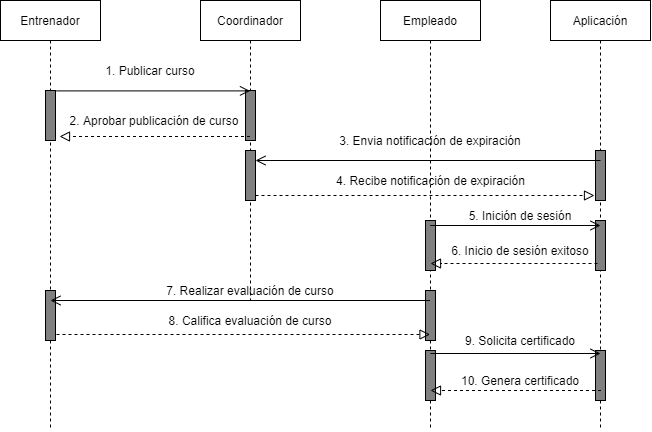
Above: img/C1.4_DiagramaSecuenciav1.drawio.png in CruzVeraEldenHumberto/Analisis-Avanzado-de-Software-Cruz-Vera (draw.io), before the change. Source tidied: cells renumbered, new cells last; positions are measured from the earlier drawing's top-left corner, leaving out a move shared by most shapes.
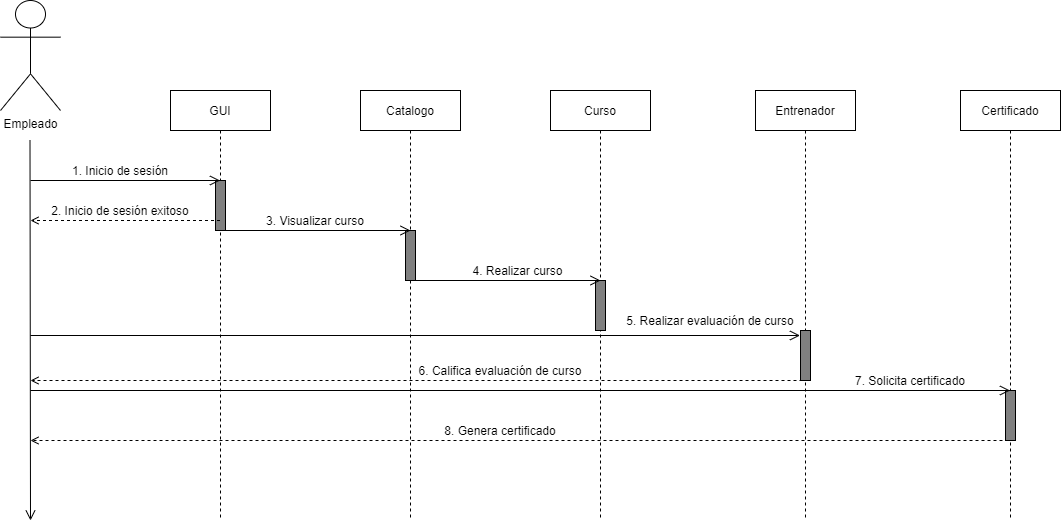
The same file after the commit.

Diff of the diagram source:
```diff
@@ -2,117 +2,114 @@
   <root>
     <mxCell id="0" />
     <mxCell id="1" parent="0" />
-    <mxCell id="2" value="Empleado" style="shape=umlLifeline;perimeter=lifelinePerimeter;whiteSpace=wrap;html=1;outlineConnect=0;" parent="1" vertex="1">
-      <mxGeometry x="380" width="100" height="430" as="geometry" />
+    <mxCell id="2" value="Entrenador" style="shape=umlLifeline;perimeter=lifelinePerimeter;whiteSpace=wrap;html=1;outlineConnect=0;" parent="1" vertex="1">
+      <mxGeometry x="725" width="100" height="430" as="geometry" />
     </mxCell>
-    <mxCell id="3" style="html=1;points=[];perimeter=orthogonalPerimeter;fillColor=#808080;" parent="2" vertex="1">
-      <mxGeometry x="45" y="220" width="10" height="50" as="geometry" />
-    </mxCell>
-    <mxCell id="4" style="html=1;perimeter=orthogonalPerimeter;fillColor=#808080;" parent="2" vertex="1">
-      <mxGeometry x="45" y="290" width="10" height="50" as="geometry" />
-    </mxCell>
-    <mxCell id="5" style="html=1;perimeter=orthogonalPerimeter;fillColor=#808080;" parent="2" vertex="1">
-      <mxGeometry x="45" y="350" width="10" height="50" as="geometry" />
-    </mxCell>
+    <mxCell id="36" style="html=1;perimeter=orthogonalPerimeter;fillColor=#808080;" parent="2" vertex="1">
+      <mxGeometry x="45" y="240" width="10" height="50" as="geometry" />
+    </mxCell>
-    <mxCell id="6" value="Coordinador" style="shape=umlLifeline;perimeter=lifelinePerimeter;whiteSpace=wrap;html=1;outlineConnect=0;" parent="1" vertex="1">
-      <mxGeometry x="200" width="100" height="300" as="geometry" />
+    <mxCell id="6" value="Catalogo" style="shape=umlLifeline;perimeter=lifelinePerimeter;whiteSpace=wrap;html=1;outlineConnect=0;" parent="1" vertex="1">
+      <mxGeometry x="330" width="100" height="430" as="geometry" />
     </mxCell>
     <mxCell id="7" style="html=1;perimeter=orthogonalPerimeter;fillColor=#808080;" parent="6" vertex="1">
-      <mxGeometry x="45" y="90" width="10" height="50" as="geometry" />
+      <mxGeometry x="45" y="140" width="10" height="50" as="geometry" />
     </mxCell>
-    <mxCell id="8" style="html=1;points=[];perimeter=orthogonalPerimeter;fillColor=#808080;" parent="6" vertex="1">
-      <mxGeometry x="45" y="150" width="10" height="50" as="geometry" />
-    </mxCell>
-    <mxCell id="9" value="Entrenador" style="shape=umlLifeline;perimeter=lifelinePerimeter;whiteSpace=wrap;html=1;outlineConnect=0;" parent="1" vertex="1">
-      <mxGeometry width="100" height="430" as="geometry" />
+    <mxCell id="9" value="GUI" style="shape=umlLifeline;perimeter=lifelinePerimeter;whiteSpace=wrap;html=1;outlineConnect=0;" parent="1" vertex="1">
+      <mxGeometry x="140" width="100" height="430" as="geometry" />
     </mxCell>
     <mxCell id="10" style="html=1;points=[];perimeter=orthogonalPerimeter;fillColor=#808080;" parent="9" vertex="1">
       <mxGeometry x="45" y="90" width="10" height="50" as="geometry" />
     </mxCell>
-    <mxCell id="11" style="html=1;points=[];perimeter=orthogonalPerimeter;fillColor=#808080;" parent="9" vertex="1">
-      <mxGeometry x="45" y="290" width="10" height="50" as="geometry" />
-    </mxCell>
-    <mxCell id="12" value="Aplicación" style="shape=umlLifeline;perimeter=lifelinePerimeter;whiteSpace=wrap;html=1;" parent="1" vertex="1">
-      <mxGeometry x="550" width="100" height="430" as="geometry" />
+    <mxCell id="12" value="Curso" style="shape=umlLifeline;perimeter=lifelinePerimeter;whiteSpace=wrap;html=1;" parent="1" vertex="1">
+      <mxGeometry x="520" width="100" height="430" as="geometry" />
     </mxCell>
-    <mxCell id="13" style="html=1;points=[];perimeter=orthogonalPerimeter;fillColor=#808080;" parent="12" vertex="1">
-      <mxGeometry x="45" y="150" width="10" height="50" as="geometry" />
-    </mxCell>
-    <mxCell id="14" style="html=1;points=[];perimeter=orthogonalPerimeter;fillColor=#808080;" parent="12" vertex="1">
-      <mxGeometry x="45" y="220" width="10" height="50" as="geometry" />
-    </mxCell>
-    <mxCell id="15" style="html=1;perimeter=orthogonalPerimeter;fillColor=#808080;" parent="12" vertex="1">
-      <mxGeometry x="45" y="350" width="10" height="50" as="geometry" />
-    </mxCell>
-    <mxCell id="16" style="endArrow=open;startArrow=none;endFill=0;startFill=0;endSize=8;html=1;verticalAlign=bottom;labelBackgroundColor=none;strokeWidth=1;exitX=1.1;exitY=0.008;exitDx=0;exitDy=0;exitPerimeter=0;" parent="1" edge="1" source="10" target="6">
-      <mxGeometry relative="1" as="geometry" />
-    </mxCell>
+    <mxCell id="37" style="html=1;perimeter=orthogonalPerimeter;fillColor=#808080;" parent="12" vertex="1">
+      <mxGeometry x="45" y="190" width="10" height="50" as="geometry" />
+    </mxCell>
-    <mxCell id="17" value="1. Publicar curso" style="text;html=1;strokeColor=none;fillColor=none;align=center;verticalAlign=middle;whiteSpace=wrap;rounded=0;" parent="1" vertex="1">
-      <mxGeometry x="70" y="60" width="160" height="20" as="geometry" />
+    <mxCell id="17" value="1. Inicio de sesión" style="text;html=1;strokeColor=none;fillColor=none;align=center;verticalAlign=middle;whiteSpace=wrap;rounded=0;" parent="1" vertex="1">
+      <mxGeometry x="10" y="70" width="160" height="20" as="geometry" />
     </mxCell>
-    <mxCell id="18" style="endArrow=block;startArrow=none;endFill=0;startFill=0;endSize=8;html=1;verticalAlign=bottom;dashed=1;labelBackgroundColor=none;entryX=1.4;entryY=0.92;entryDx=0;entryDy=0;entryPerimeter=0;" parent="1" edge="1" source="6" target="10">
-      <mxGeometry relative="1" as="geometry" />
-    </mxCell>
-    <mxCell id="19" value="2. Aprobar publicación de curso" style="text;html=1;strokeColor=none;fillColor=none;align=center;verticalAlign=middle;whiteSpace=wrap;rounded=0;" parent="1" vertex="1">
-      <mxGeometry x="59" y="110" width="190" height="20" as="geometry" />
+    <mxCell id="19" value="2. Inicio de sesión exitoso" style="text;html=1;strokeColor=none;fillColor=none;align=center;verticalAlign=middle;whiteSpace=wrap;rounded=0;" parent="1" vertex="1">
+      <mxGeometry x="-5" y="110" width="190" height="20" as="geometry" />
     </mxCell>
-    <mxCell id="20" style="endArrow=open;startArrow=none;endFill=0;startFill=0;endSize=8;html=1;verticalAlign=bottom;labelBackgroundColor=none;strokeWidth=1;exitX=0.5;exitY=0.2;exitDx=0;exitDy=0;exitPerimeter=0;entryX=1;entryY=0.2;entryDx=0;entryDy=0;entryPerimeter=0;" parent="1" edge="1" source="13" target="8">
-      <mxGeometry relative="1" as="geometry" />
-    </mxCell>
-    <mxCell id="21" value="3. Envia notificación de expiración" style="text;html=1;strokeColor=none;fillColor=none;align=center;verticalAlign=middle;whiteSpace=wrap;rounded=0;" parent="1" vertex="1">
-      <mxGeometry x="335" y="130" width="190" height="20" as="geometry" />
+    <mxCell id="21" value="3. Visualizar curso" style="text;html=1;strokeColor=none;fillColor=none;align=center;verticalAlign=middle;whiteSpace=wrap;rounded=0;" parent="1" vertex="1">
+      <mxGeometry x="190" y="120" width="190" height="20" as="geometry" />
     </mxCell>
-    <mxCell id="22" style="endArrow=block;startArrow=none;endFill=0;startFill=0;endSize=8;html=1;verticalAlign=bottom;dashed=1;labelBackgroundColor=none;entryX=-0.1;entryY=0.9;entryDx=0;entryDy=0;entryPerimeter=0;" parent="1" edge="1" source="8" target="13">
-      <mxGeometry relative="1" as="geometry" />
-    </mxCell>
-    <mxCell id="23" value="4. Recibe notificación de expiración" style="text;html=1;strokeColor=none;fillColor=none;align=center;verticalAlign=middle;whiteSpace=wrap;rounded=0;" parent="1" vertex="1">
-      <mxGeometry x="322.5" y="170" width="215" height="20" as="geometry" />
+    <mxCell id="23" value="4. Realizar curso" style="text;html=1;strokeColor=none;fillColor=none;align=center;verticalAlign=middle;whiteSpace=wrap;rounded=0;" parent="1" vertex="1">
+      <mxGeometry x="380" y="170" width="215" height="20" as="geometry" />
     </mxCell>
-    <mxCell id="24" style="endArrow=open;startArrow=none;endFill=0;startFill=0;endSize=8;html=1;verticalAlign=bottom;labelBackgroundColor=none;strokeWidth=1;" parent="1" edge="1" source="2">
-      <mxGeometry relative="1" as="geometry">
-        <mxPoint x="600" y="225" as="targetPoint" />
-      </mxGeometry>
-    </mxCell>
-    <mxCell id="25" value="5. Inición de sesión" style="text;html=1;strokeColor=none;fillColor=none;align=center;verticalAlign=middle;whiteSpace=wrap;rounded=0;" parent="1" vertex="1">
-      <mxGeometry x="440" y="205" width="160" height="20" as="geometry" />
+    <mxCell id="25" value="7. Solicita certificado" style="text;html=1;strokeColor=none;fillColor=none;align=center;verticalAlign=middle;whiteSpace=wrap;rounded=0;" parent="1" vertex="1">
+      <mxGeometry x="800" y="280" width="160" height="20" as="geometry" />
     </mxCell>
-    <mxCell id="26" style="endArrow=block;startArrow=none;endFill=0;startFill=0;endSize=8;html=1;verticalAlign=bottom;dashed=1;labelBackgroundColor=none;exitX=0.2;exitY=0.86;exitDx=0;exitDy=0;exitPerimeter=0;entryX=0.5;entryY=0.86;entryDx=0;entryDy=0;entryPerimeter=0;" parent="1" edge="1" source="14" target="3">
-      <mxGeometry relative="1" as="geometry" />
-    </mxCell>
-    <mxCell id="27" value="6. Inicio de sesión exitoso" style="text;html=1;strokeColor=none;fillColor=none;align=center;verticalAlign=middle;whiteSpace=wrap;rounded=0;" parent="1" vertex="1">
-      <mxGeometry x="440" y="240" width="160" height="20" as="geometry" />
+    <mxCell id="27" value="8. Genera certificado" style="text;html=1;strokeColor=none;fillColor=none;align=center;verticalAlign=middle;whiteSpace=wrap;rounded=0;" parent="1" vertex="1">
+      <mxGeometry x="390" y="330" width="160" height="20" as="geometry" />
     </mxCell>
-    <mxCell id="28" style="endArrow=open;startArrow=none;endFill=0;startFill=0;endSize=8;html=1;verticalAlign=bottom;labelBackgroundColor=none;strokeWidth=1;entryX=1;entryY=0.2;entryDx=0;entryDy=0;entryPerimeter=0;" parent="1" edge="1" source="2">
-      <mxGeometry relative="1" as="geometry">
-        <mxPoint x="50" y="300" as="targetPoint" />
-      </mxGeometry>
-    </mxCell>
-    <mxCell id="29" value="7. Realizar evaluación de curso" style="text;html=1;strokeColor=none;fillColor=none;align=center;verticalAlign=middle;whiteSpace=wrap;rounded=0;" parent="1" vertex="1">
-      <mxGeometry x="140" y="280" width="220" height="20" as="geometry" />
+    <mxCell id="29" value="5. Realizar evaluación de curso" style="text;html=1;strokeColor=none;fillColor=none;align=center;verticalAlign=middle;whiteSpace=wrap;rounded=0;" parent="1" vertex="1">
+      <mxGeometry x="570" y="220" width="220" height="20" as="geometry" />
     </mxCell>
-    <mxCell id="30" style="endArrow=block;startArrow=none;endFill=0;startFill=0;endSize=8;html=1;verticalAlign=bottom;dashed=1;labelBackgroundColor=none;exitX=1.1;exitY=0.88;exitDx=0;exitDy=0;exitPerimeter=0;" parent="1" edge="1" source="11" target="2">
-      <mxGeometry relative="1" as="geometry" />
-    </mxCell>
-    <mxCell id="31" value="8. Califica evaluación de curso" style="text;html=1;strokeColor=none;fillColor=none;align=center;verticalAlign=middle;whiteSpace=wrap;rounded=0;" parent="1" vertex="1">
-      <mxGeometry x="140" y="310" width="220" height="20" as="geometry" />
+    <mxCell id="31" value="6. Califica evaluación de curso" style="text;html=1;strokeColor=none;fillColor=none;align=center;verticalAlign=middle;whiteSpace=wrap;rounded=0;" parent="1" vertex="1">
+      <mxGeometry x="360" y="270" width="220" height="20" as="geometry" />
     </mxCell>
-    <mxCell id="32" style="endArrow=open;startArrow=none;endFill=0;startFill=0;endSize=8;html=1;verticalAlign=bottom;labelBackgroundColor=none;strokeWidth=1;exitX=1.1;exitY=0.008;exitDx=0;exitDy=0;exitPerimeter=0;" parent="1" edge="1">
-      <mxGeometry relative="1" as="geometry">
-        <mxPoint x="430" y="353" as="sourcePoint" />
-        <mxPoint x="600" y="353" as="targetPoint" />
-      </mxGeometry>
-    </mxCell>
-    <mxCell id="33" value="9. Solicita certificado" style="text;html=1;strokeColor=none;fillColor=none;align=center;verticalAlign=middle;whiteSpace=wrap;rounded=0;" parent="1" vertex="1">
-      <mxGeometry x="440" y="330" width="160" height="20" as="geometry" />
-    </mxCell>
-    <mxCell id="34" style="endArrow=block;startArrow=none;endFill=0;startFill=0;endSize=8;html=1;verticalAlign=bottom;dashed=1;labelBackgroundColor=none;" parent="1" edge="1">
-      <mxGeometry relative="1" as="geometry">
-        <mxPoint x="600.5" y="390" as="sourcePoint" />
-        <mxPoint x="430" y="390" as="targetPoint" />
-      </mxGeometry>
-    </mxCell>
-    <mxCell id="35" value="10. Genera certificado" style="text;html=1;strokeColor=none;fillColor=none;align=center;verticalAlign=middle;whiteSpace=wrap;rounded=0;" parent="1" vertex="1">
-      <mxGeometry x="440" y="370" width="160" height="20" as="geometry" />
-    </mxCell>
+    <mxCell id="38" value="Empleado" style="shape=umlActor;verticalLabelPosition=bottom;verticalAlign=top;html=1;" parent="1" vertex="1">
+      <mxGeometry x="-30" y="-90" width="60" height="110" as="geometry" />
+    </mxCell>
+    <mxCell id="39" style="endArrow=open;startArrow=none;endFill=0;startFill=0;endSize=8;html=1;verticalAlign=bottom;labelBackgroundColor=none;strokeWidth=1;" parent="1" edge="1">
+      <mxGeometry relative="1" as="geometry">
+        <mxPoint x="-0.5" y="50" as="sourcePoint" />
+        <mxPoint y="430" as="targetPoint" />
+      </mxGeometry>
+    </mxCell>
+    <mxCell id="40" value="Certificado" style="shape=umlLifeline;perimeter=lifelinePerimeter;whiteSpace=wrap;html=1;" parent="1" vertex="1">
+      <mxGeometry x="930" width="100" height="430" as="geometry" />
+    </mxCell>
+    <mxCell id="41" style="html=1;perimeter=orthogonalPerimeter;fillColor=#808080;" parent="40" vertex="1">
+      <mxGeometry x="45" y="300" width="10" height="50" as="geometry" />
+    </mxCell>
+    <mxCell id="42" style="html=1;verticalAlign=bottom;labelBackgroundColor=none;endArrow=open;endFill=0;dashed=1;" parent="1" edge="1" source="9">
+      <mxGeometry relative="1" as="geometry">
+        <mxPoint y="130" as="targetPoint" />
+      </mxGeometry>
+    </mxCell>
+    <mxCell id="43" style="endArrow=open;startArrow=none;endFill=0;startFill=0;endSize=8;html=1;verticalAlign=bottom;labelBackgroundColor=none;strokeWidth=1;" parent="1" edge="1" target="9">
+      <mxGeometry relative="1" as="geometry">
+        <mxPoint y="90" as="sourcePoint" />
+      </mxGeometry>
+    </mxCell>
+    <mxCell id="44" style="endArrow=open;startArrow=none;endFill=0;startFill=0;endSize=8;html=1;verticalAlign=bottom;labelBackgroundColor=none;strokeWidth=1;" parent="1" edge="1">
+      <mxGeometry relative="1" as="geometry">
+        <mxPoint x="190.5" y="140" as="sourcePoint" />
+        <mxPoint x="380" y="140" as="targetPoint" />
+      </mxGeometry>
+    </mxCell>
+    <mxCell id="45" style="endArrow=open;startArrow=none;endFill=0;startFill=0;endSize=8;html=1;verticalAlign=bottom;labelBackgroundColor=none;strokeWidth=1;" parent="1" edge="1">
+      <mxGeometry relative="1" as="geometry">
+        <mxPoint x="380.5" y="190" as="sourcePoint" />
+        <mxPoint x="570" y="190" as="targetPoint" />
+      </mxGeometry>
+    </mxCell>
+    <mxCell id="46" style="endArrow=open;startArrow=none;endFill=0;startFill=0;endSize=8;html=1;verticalAlign=bottom;labelBackgroundColor=none;strokeWidth=1;" parent="1" edge="1">
+      <mxGeometry relative="1" as="geometry">
+        <mxPoint y="245" as="sourcePoint" />
+        <mxPoint x="769.5" y="245" as="targetPoint" />
+      </mxGeometry>
+    </mxCell>
+    <mxCell id="47" style="html=1;verticalAlign=bottom;labelBackgroundColor=none;endArrow=open;endFill=0;dashed=1;" parent="1" edge="1">
+      <mxGeometry relative="1" as="geometry">
+        <mxPoint x="772" y="290" as="sourcePoint" />
+        <mxPoint y="290" as="targetPoint" />
+      </mxGeometry>
+    </mxCell>
+    <mxCell id="48" style="endArrow=open;startArrow=none;endFill=0;startFill=0;endSize=8;html=1;verticalAlign=bottom;labelBackgroundColor=none;strokeWidth=1;" parent="1" edge="1">
+      <mxGeometry relative="1" as="geometry">
+        <mxPoint y="300" as="sourcePoint" />
+        <mxPoint x="979.5" y="300" as="targetPoint" />
+      </mxGeometry>
+    </mxCell>
+    <mxCell id="49" style="html=1;verticalAlign=bottom;labelBackgroundColor=none;endArrow=open;endFill=0;dashed=1;" parent="1" edge="1">
+      <mxGeometry relative="1" as="geometry">
+        <mxPoint x="972" y="350" as="sourcePoint" />
+        <mxPoint y="350" as="targetPoint" />
+      </mxGeometry>
+    </mxCell>
   </root>
 </mxGraphModel>
```
